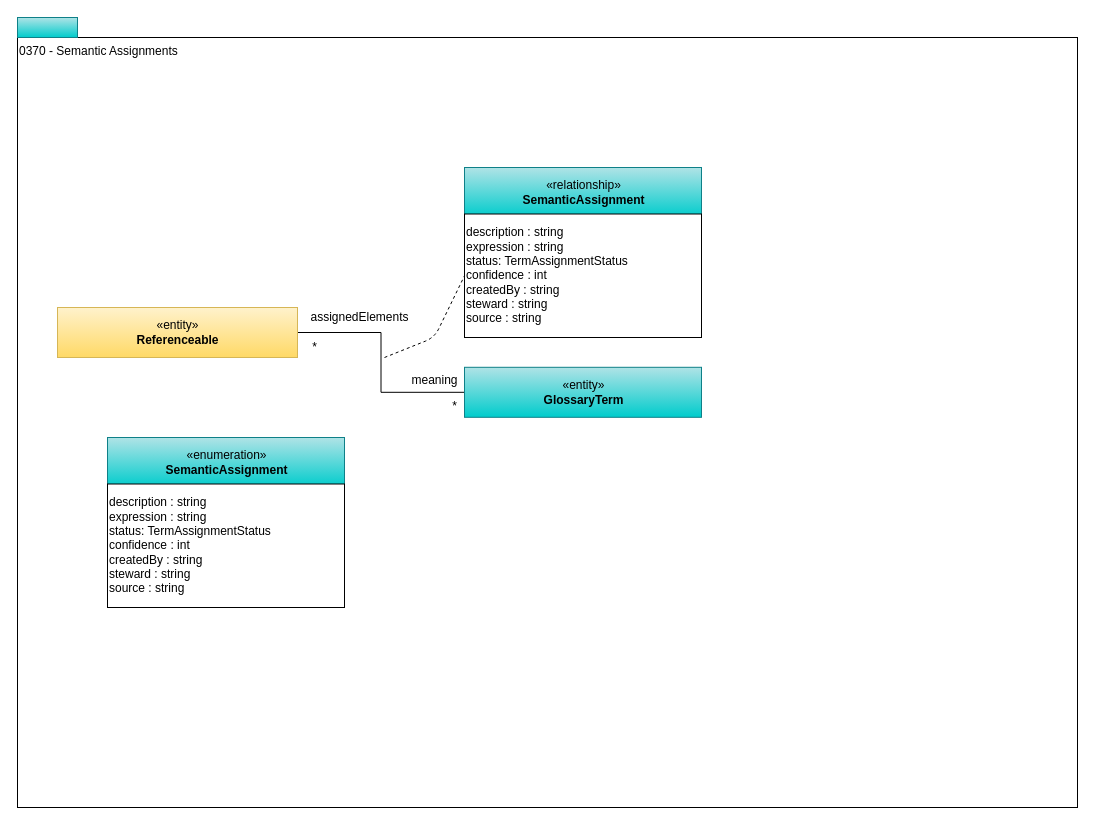
Before: page "0370-Semantic-Assignment" (8 of 11) of open-metadata-publication/website/open-metadata-types/area-3-glossary.drawio in odpi/egeria, a draw.io diagram. Source tidied: cells renumbered, new cells numbered last; positions are measured from the earlier drawing's top-left corner, leaving out a move shared by most shapes. Both pictures are drawn from the tidied source at 100%, with x=0, y=0 at pixel (17, 17).
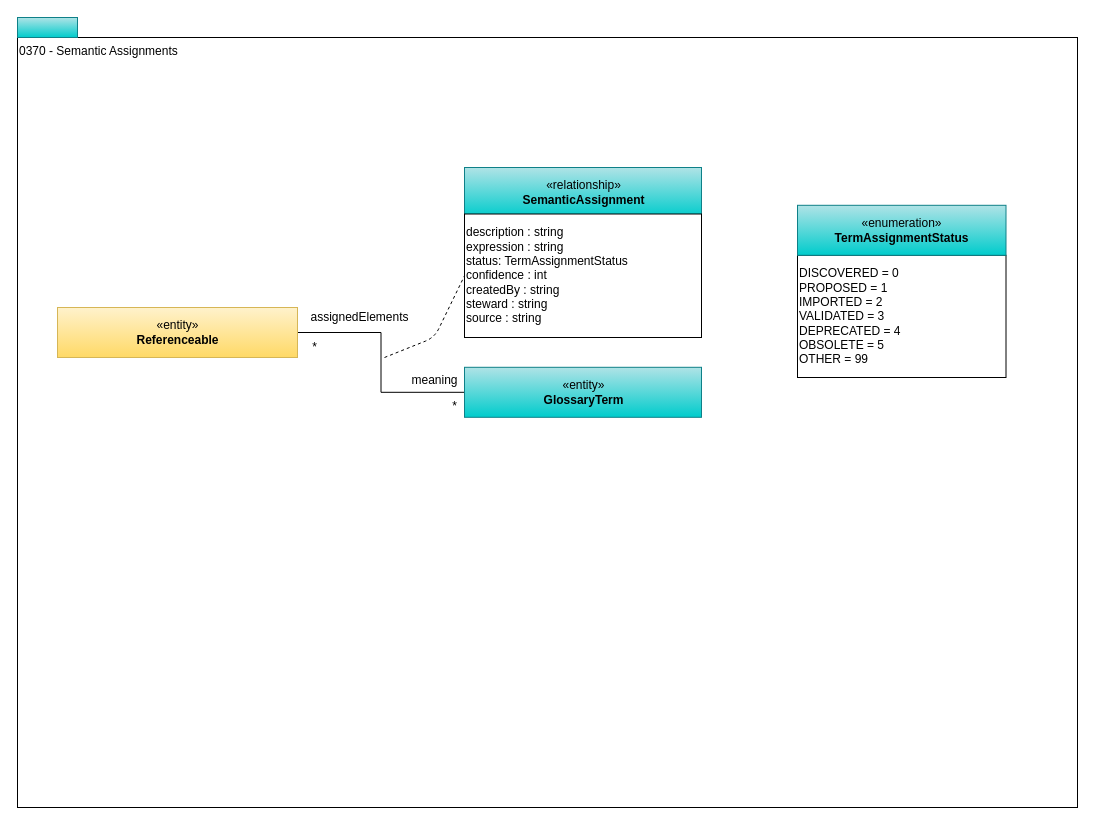
Above is the later version.

Diff of the diagram source:
```diff
@@
 <mxGraphModel>
   <root>
     <mxCell id="0" />
     <mxCell id="1" parent="0" />
     <mxCell id="2" value="0370 - Semantic Assignments" style="rounded=0;whiteSpace=wrap;html=1;align=left;verticalAlign=top;" parent="1" vertex="1">
       <mxGeometry y="20" width="1060" height="770" as="geometry" />
     </mxCell>
     <mxCell id="3" style="rounded=0;whiteSpace=wrap;html=1;align=left;fillColor=#b0e3e6;strokeColor=#0e8088;gradientColor=#00CCCC;" parent="1" vertex="1">
       <mxGeometry width="60" height="20" as="geometry" />
     </mxCell>
     <mxCell id="4" style="edgeStyle=orthogonalEdgeStyle;rounded=0;jettySize=auto;html=1;exitX=1;exitY=0.5;exitDx=0;exitDy=0;entryX=0;entryY=0.5;entryDx=0;entryDy=0;endArrow=none;endFill=0;endSize=12;strokeWidth=1;" parent="1" edge="1" source="5" target="6">
       <mxGeometry relative="1" as="geometry" />
     </mxCell>
     <mxCell id="5" value="«entity»&lt;br&gt;&lt;b&gt;Referenceable&lt;/b&gt;" style="html=1;strokeColor=#d6b656;align=center;fillColor=#fff2cc;gradientColor=#ffd966;" parent="1" vertex="1">
       <mxGeometry x="40" y="290" width="240" height="50" as="geometry" />
     </mxCell>
     <mxCell id="6" value="«entity»&lt;br&gt;&lt;b&gt;GlossaryTerm&lt;/b&gt;" style="html=1;strokeColor=#0e8088;align=center;fillColor=#b0e3e6;gradientColor=#00CCCC;" parent="1" vertex="1">
       <mxGeometry x="447" y="349.8" width="237" height="50" as="geometry" />
     </mxCell>
     <mxCell id="7" value="assignedElements" style="text;html=1;align=center;verticalAlign=middle;" parent="1" vertex="1">
       <mxGeometry x="287" y="290" width="110" height="20" as="geometry" />
     </mxCell>
     <mxCell id="8" value="*" style="text;html=1;align=center;verticalAlign=middle;" parent="1" vertex="1">
       <mxGeometry x="287" y="320" width="20" height="20" as="geometry" />
     </mxCell>
     <mxCell id="9" value="meaning" style="text;html=1;align=center;verticalAlign=middle;" parent="1" vertex="1">
       <mxGeometry x="387" y="353" width="60" height="20" as="geometry" />
     </mxCell>
     <mxCell id="10" value="*" style="text;html=1;align=center;verticalAlign=middle;" parent="1" vertex="1">
       <mxGeometry x="427" y="378.8" width="20" height="20" as="geometry" />
     </mxCell>
     <mxCell id="11" value="«relationship»&lt;br&gt;&lt;b&gt;SemanticAssignment&lt;/b&gt;" style="html=1;strokeColor=#0e8088;align=center;fillColor=#b0e3e6;gradientColor=#00CCCC;" parent="1" vertex="1">
       <mxGeometry x="447" y="150" width="237" height="50" as="geometry" />
     </mxCell>
     <mxCell id="12" value="description : string&lt;br&gt;expression : string&lt;br&gt;status: TermAssignmentStatus&lt;br&gt;confidence : int&lt;br&gt;createdBy : string&lt;br&gt;steward : string&lt;br&gt;source : string" style="rounded=0;whiteSpace=wrap;html=1;strokeColor=#000000;gradientColor=#ffffff;align=left;" parent="1" vertex="1">
       <mxGeometry x="447" y="196.5" width="237" height="123.5" as="geometry" />
     </mxCell>
     <mxCell id="13" style="endArrow=none;dashed=1;html=1;strokeWidth=1;entryX=0;entryY=0.5;entryDx=0;entryDy=0;" parent="1" edge="1" target="12">
       <mxGeometry relative="1" as="geometry">
         <mxPoint x="367" y="340" as="sourcePoint" />
         <Array as="points">
           <mxPoint x="417" y="320" />
         </Array>
       </mxGeometry>
     </mxCell>
-    <mxCell id="14" value="«enumeration»&lt;br&gt;&lt;b&gt;SemanticAssignment&lt;/b&gt;" style="html=1;strokeColor=#0e8088;align=center;fillColor=#b0e3e6;gradientColor=#00CCCC;" parent="1" vertex="1">
-      <mxGeometry x="90" y="420" width="237" height="50" as="geometry" />
-    </mxCell>
-    <mxCell id="15" value="description : string&lt;br&gt;expression : string&lt;br&gt;status: TermAssignmentStatus&lt;br&gt;confidence : int&lt;br&gt;createdBy : string&lt;br&gt;steward : string&lt;br&gt;source : string" style="rounded=0;whiteSpace=wrap;html=1;strokeColor=#000000;gradientColor=#ffffff;align=left;" parent="1" vertex="1">
-      <mxGeometry x="90" y="466.5" width="237" height="123.5" as="geometry" />
-    </mxCell>
+    <mxCell id="16" value="DISCOVERED = 0&lt;br&gt;PROPOSED = 1&lt;br&gt;IMPORTED = 2&lt;br&gt;VALIDATED = 3&lt;br&gt;DEPRECATED = 4&lt;br&gt;OBSOLETE = 5&lt;br&gt;OTHER = 99" style="rounded=0;whiteSpace=wrap;html=1;strokeColor=#000000;gradientColor=#ffffff;align=left;" parent="1" vertex="1">
+      <mxGeometry x="780" y="237.8" width="208.5" height="122.2" as="geometry" />
+    </mxCell>
+    <mxCell id="17" value="«enumeration»&lt;br&gt;&lt;b&gt;TermAssignmentStatus&lt;/b&gt;" style="html=1;strokeColor=#0e8088;align=center;fillColor=#b0e3e6;gradientColor=#00CCCC;" parent="1" vertex="1">
+      <mxGeometry x="780" y="187.8" width="208.5" height="50" as="geometry" />
+    </mxCell>
   </root>
 </mxGraphModel>
```
